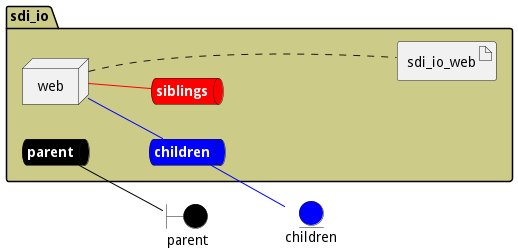
This is docs/edgemere/sdi/io/envs/test/deployment.png from madajaju/edgemere, a PlantUML export, as it was before one commit. The source it was exported from:
```plantuml
@startuml

left to right direction


boundary parent #black


entity children #blue




package "sdi_io" #cccc88 {
    queue parentnet #black [
            <b><color:white>parent</color></b>
    ]

    parentnet -[#black]- parent

    queue childrennet #blue [
            <b><color:white>children</color></b>
    ]

    childrennet -[#blue]- children

    queue siblingsnet #red [
            <b><color:white>siblings</color></b>
    ]


node "web" as webService


        artifact "sdi_io_web" as sdi_io_webimage

}

webService -[#blue]- childrennet

webService -[#red]- siblingsnet
webService .... sdi_io_webimage


@enduml
```
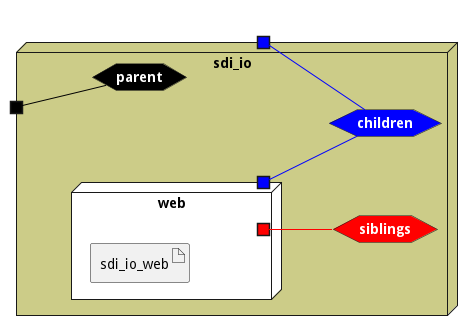
Above is the later version.

What changed in the source:
```diff
@@ -3,43 +3,45 @@
 left to right direction
 
 
-boundary parent #black
-
-
-entity children #blue
 
 
 
 
-package "sdi_io" #cccc88 {
-    queue parentnet #black [
+
+node "sdi_io" #cccc88 {
+
+
+    hexagon parentnet #black [
             <b><color:white>parent</color></b>
     ]
 
-    parentnet -[#black]- parent
+    portin " " as parentnetPortIn #black
+    parentnetPortIn -[#black]- parentnet
 
-    queue childrennet #blue [
+    hexagon childrennet #blue [
             <b><color:white>children</color></b>
     ]
 
-    childrennet -[#blue]- children
+    portout " " as childrennetPortOut #blue
+    childrennet -[#blue]- childrennetPortOut
 
-    queue siblingsnet #red [
+    hexagon siblingsnet #red [
             <b><color:white>siblings</color></b>
     ]
 
 
-node "web" as webService
+node "web" as webService #white {
+    portOut " " as webServicechildrennet #blue
+   webServicechildrennet -[#blue]- childrennet
+       portOut " " as webServicesiblingsnet #red
+   webServicesiblingsnet -[#red]- siblingsnet
 
 
-        artifact "sdi_io_web" as sdi_io_webimage
+    artifact "sdi_io_web" as sdi_io_webimage
 
 }
 
-webService -[#blue]- childrennet
-
-webService -[#red]- siblingsnet
-webService .... sdi_io_webimage
+}
 
 
 @enduml
```
